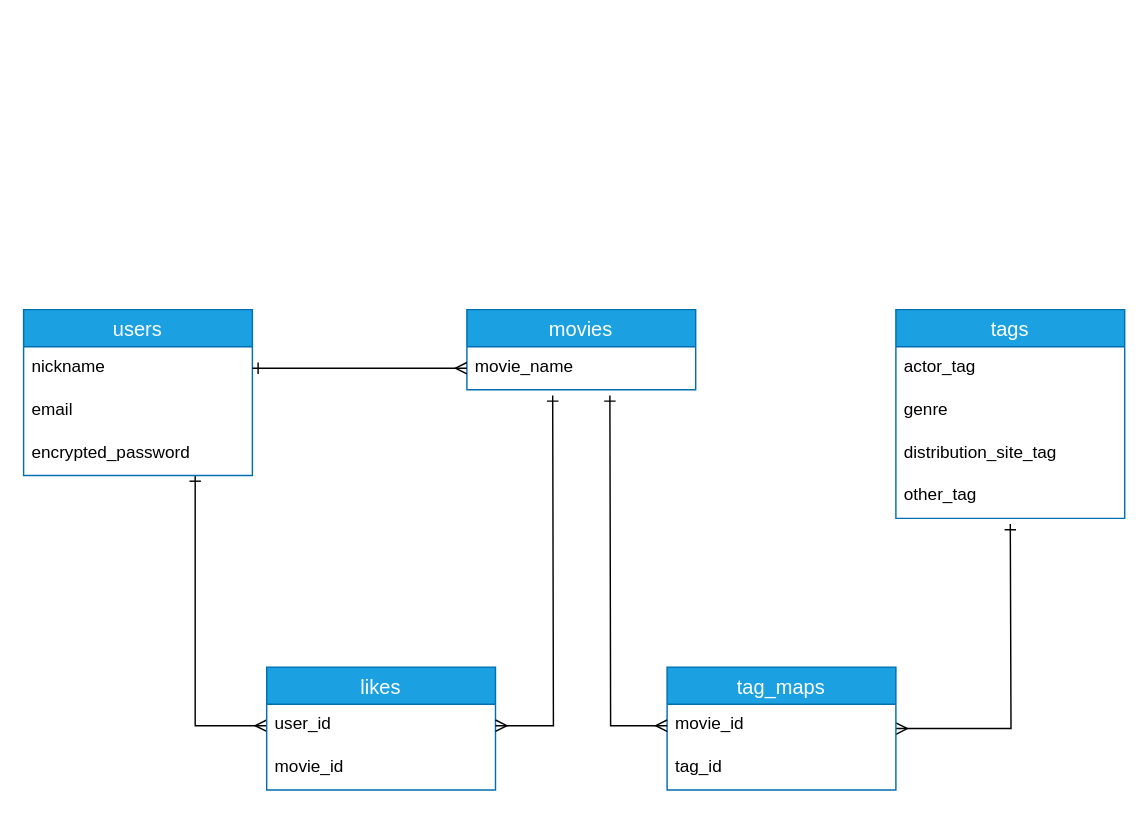
Above: er.dio in takeprog/movie-now (draw.io), before the change. Source tidied: cells renumbered, new cells numbered last; positions are measured from the earlier drawing's top-left corner, leaving out a move shared by most shapes. Both pictures are drawn from the tidied source at 143%, with x=0, y=0 at pixel (23, 309).
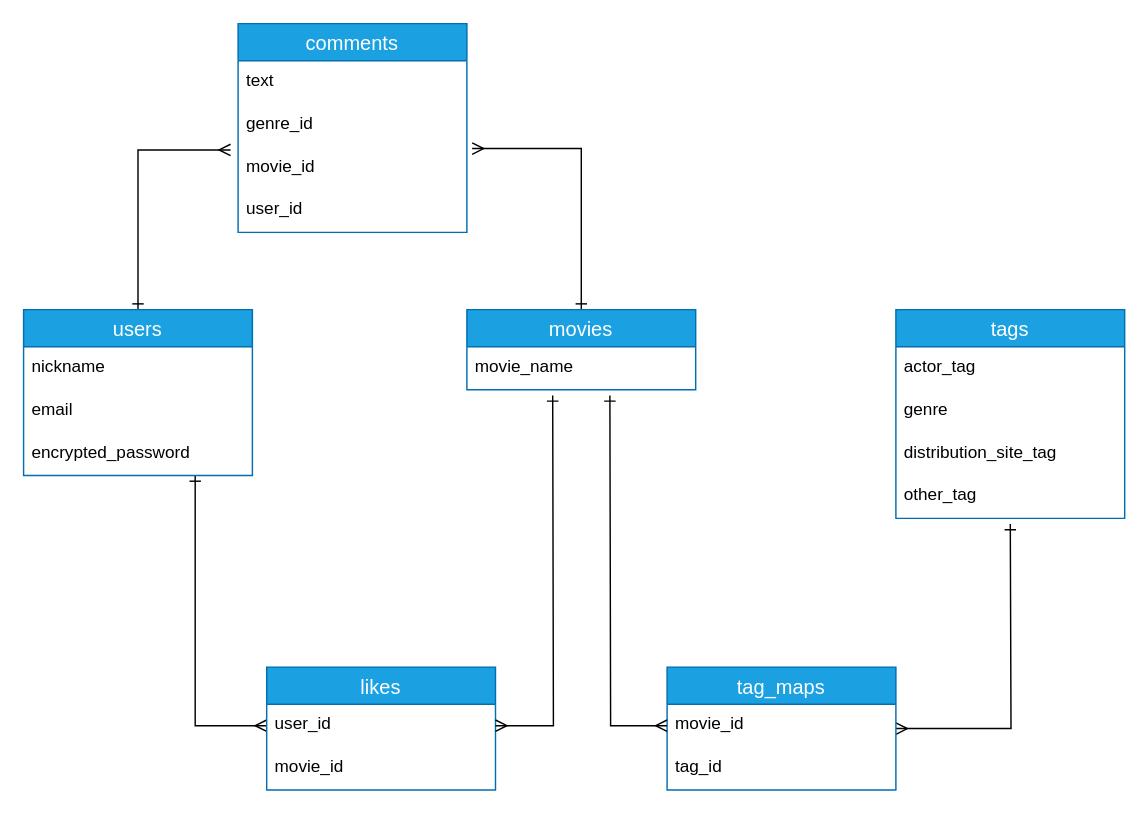
The same page after the edit.

Unchanged cells that the change refers to:
```xml
<mxCell id="3" value="users" style="swimlane;fontStyle=0;horizontal=1;startSize=26;align=center;fontSize=14;fillColor=#1ba1e2;strokeColor=#006EAF;fontColor=#ffffff;" parent="1" vertex="1">
  <mxGeometry width="160" height="116" as="geometry" />
</mxCell>
<mxCell id="4" value="nickname" style="text;strokeColor=none;fillColor=none;spacingLeft=4;spacingRight=4;overflow=hidden;points=[[0,0.5],[1,0.5]];portConstraint=eastwest;fontSize=12;" parent="3" vertex="1">
  <mxGeometry y="26" width="160" height="30" as="geometry" />
</mxCell>
<mxCell id="7" value="movies" style="swimlane;fontStyle=0;horizontal=1;startSize=26;align=center;fontSize=14;fillColor=#1ba1e2;strokeColor=#006EAF;fontColor=#ffffff;" parent="1" vertex="1">
  <mxGeometry x="310" width="160" height="56" as="geometry" />
</mxCell>
<mxCell id="21" value="movie_name" style="text;strokeColor=none;fillColor=none;spacingLeft=4;spacingRight=4;overflow=hidden;points=[[0,0.5],[1,0.5]];portConstraint=eastwest;fontSize=12;" parent="1" vertex="1">
  <mxGeometry x="310" y="26" width="160" height="30" as="geometry" />
</mxCell>
```

Change to the diagram source:
```diff
@@
+    <mxCell id="24" style="edgeStyle=orthogonalEdgeStyle;rounded=0;jettySize=auto;html=1;exitX=0.5;exitY=0;exitDx=0;exitDy=0;entryX=-0.033;entryY=0.079;entryDx=0;entryDy=0;entryPerimeter=0;startArrow=ERone;startFill=0;endArrow=ERmany;endFill=0;" parent="1" edge="1" source="3" target="29">
+      <mxGeometry relative="1" as="geometry" />
+    </mxCell>
@@
+    <mxCell id="25" style="edgeStyle=orthogonalEdgeStyle;rounded=0;jettySize=auto;html=1;exitX=0.5;exitY=0;exitDx=0;exitDy=0;entryX=1.023;entryY=0.046;entryDx=0;entryDy=0;entryPerimeter=0;startArrow=ERone;startFill=0;endArrow=ERmany;endFill=0;" parent="1" edge="1" source="7" target="29">
+      <mxGeometry relative="1" as="geometry" />
+    </mxCell>
@@
-    <mxCell id="20" style="edgeStyle=orthogonalEdgeStyle;rounded=0;jettySize=auto;html=1;exitX=1;exitY=0.5;exitDx=0;exitDy=0;entryX=0;entryY=0.5;entryDx=0;entryDy=0;startArrow=ERone;startFill=0;endArrow=ERmany;endFill=0;" parent="1" edge="1" source="4" target="21">
-      <mxGeometry relative="1" as="geometry" />
-    </mxCell>
@@
+    <mxCell id="26" value="comments" style="swimlane;fontStyle=0;horizontal=1;startSize=26;align=center;fontSize=14;fillColor=#1ba1e2;strokeColor=#006EAF;fontColor=#ffffff;" parent="1" vertex="1">
+      <mxGeometry x="150" y="-200" width="160" height="146" as="geometry" />
+    </mxCell>
+    <mxCell id="27" value="text" style="text;strokeColor=none;fillColor=none;spacingLeft=4;spacingRight=4;overflow=hidden;fontSize=12;" parent="26" vertex="1">
+      <mxGeometry y="26" width="160" height="30" as="geometry" />
+    </mxCell>
+    <mxCell id="28" value="genre_id" style="text;strokeColor=none;fillColor=none;spacingLeft=4;spacingRight=4;overflow=hidden;fontSize=12;" parent="26" vertex="1">
+      <mxGeometry y="56" width="160" height="30" as="geometry" />
+    </mxCell>
+    <mxCell id="29" value="movie_id" style="text;strokeColor=none;fillColor=none;spacingLeft=4;spacingRight=4;overflow=hidden;points=[[0,0.5],[1,0.5]];portConstraint=eastwest;fontSize=12;" parent="26" vertex="1">
+      <mxGeometry y="86" width="160" height="30" as="geometry" />
+    </mxCell>
+    <mxCell id="30" value="user_id" style="text;strokeColor=none;fillColor=none;spacingLeft=4;spacingRight=4;overflow=hidden;fontSize=12;" parent="26" vertex="1">
+      <mxGeometry y="116" width="160" height="30" as="geometry" />
+    </mxCell>
```
